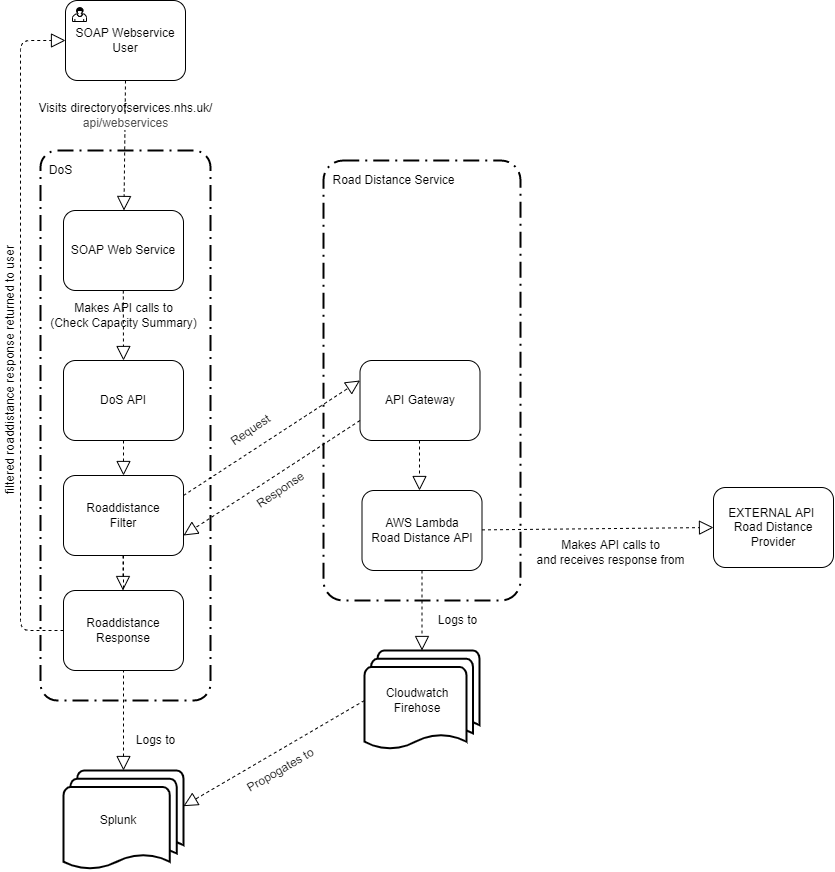
Before: documentation/diagrams/phase_1/Road Distance 2 Containers.drawio.png, a diagram exported from draw.io (nhsd-exeter/dos-road-distance). Source tidied: cells renumbered, new cells last; positions are measured from the earlier drawing's top-left corner, leaving out a move shared by most shapes. The source it was exported from:
```xml
<mxGraphModel>
  <root>
    <mxCell id="0" />
    <mxCell id="1" parent="0" />
    <mxCell id="2" style="rounded=1;arcSize=10;dashed=1;strokeColor=#000000;fillColor=none;gradientColor=none;dashPattern=8 3 1 3;strokeWidth=2;" parent="1" vertex="1">
      <mxGeometry x="160" y="150" width="170" height="550" as="geometry" />
    </mxCell>
    <mxCell id="3" style="rounded=1;arcSize=10;dashed=1;strokeColor=#000000;fillColor=none;gradientColor=none;dashPattern=8 3 1 3;strokeWidth=2;" parent="1" vertex="1">
      <mxGeometry x="443" y="160" width="197" height="440" as="geometry" />
    </mxCell>
    <mxCell id="4" value="SOAP Webservice User" style="html=1;whiteSpace=wrap;rounded=1;" parent="1" vertex="1">
      <mxGeometry x="185" width="120" height="80" as="geometry" />
    </mxCell>
    <mxCell id="5" style="html=1;shape=mxgraph.bpmn.user_task;" parent="4" vertex="1">
      <mxGeometry width="14" height="14" relative="1" as="geometry">
        <mxPoint x="7" y="7" as="offset" />
      </mxGeometry>
    </mxCell>
    <mxCell id="6" value="AWS Lambda&lt;br&gt;Road Distance API" style="html=1;whiteSpace=wrap;rounded=1;" parent="1" vertex="1">
      <mxGeometry x="481.5" y="490" width="120" height="80" as="geometry" />
    </mxCell>
    <mxCell id="7" value="DoS API" style="rounded=1;whiteSpace=wrap;html=1;" parent="1" vertex="1">
      <mxGeometry x="183" y="360" width="120" height="80" as="geometry" />
    </mxCell>
    <mxCell id="8" value="EXTERNAL API&amp;nbsp;&lt;br&gt;Road Distance Provider" style="rounded=1;whiteSpace=wrap;html=1;" parent="1" vertex="1">
      <mxGeometry x="833" y="487" width="120" height="80" as="geometry" />
    </mxCell>
    <mxCell id="9" value="DoS" style="text;html=1;align=center;verticalAlign=middle;" parent="1" vertex="1">
      <mxGeometry x="160" y="160" width="40" height="20" as="geometry" />
    </mxCell>
    <mxCell id="10" value="SOAP Web Service" style="rounded=1;whiteSpace=wrap;html=1;" parent="1" vertex="1">
      <mxGeometry x="183" y="210" width="120" height="80" as="geometry" />
    </mxCell>
    <mxCell id="11" style="endArrow=block;dashed=1;endFill=0;endSize=12;html=1;exitX=0.5;exitY=1;exitDx=0;exitDy=0;" parent="1" edge="1" target="10">
      <mxGeometry relative="1" as="geometry">
        <mxPoint x="245" y="80" as="sourcePoint" />
      </mxGeometry>
    </mxCell>
    <mxCell id="12" style="endArrow=block;dashed=1;endFill=0;endSize=12;html=1;entryX=0;entryY=0.5;entryDx=0;entryDy=0;" parent="1" edge="1" source="6" target="8">
      <mxGeometry relative="1" as="geometry" />
    </mxCell>
    <mxCell id="13" value="Visits directoryofservices.nhs.uk/&lt;br&gt;&lt;span style=&quot;color: rgb(80 , 80 , 80) ; font-family: &amp;#34;inter&amp;#34; , &amp;#34;opensans&amp;#34; , &amp;#34;helvetica&amp;#34; , &amp;#34;arial&amp;#34; , sans-serif ; text-align: left ; background-color: rgb(255 , 255 , 255)&quot;&gt;api/webservices&lt;/span&gt;" style="text;html=1;align=center;verticalAlign=middle;" parent="1" vertex="1">
      <mxGeometry x="150" y="100" width="190" height="30" as="geometry" />
    </mxCell>
    <mxCell id="14" value="Makes API calls to&lt;br&gt;(Check Capacity Summary)" style="text;html=1;align=center;verticalAlign=middle;" parent="1" vertex="1">
      <mxGeometry x="163" y="300" width="160" height="30" as="geometry" />
    </mxCell>
    <mxCell id="15" value="Makes API calls to&lt;br&gt;and receives response from" style="text;html=1;align=center;verticalAlign=middle;" parent="1" vertex="1">
      <mxGeometry x="650" y="537" width="160" height="30" as="geometry" />
    </mxCell>
    <mxCell id="16" style="endArrow=block;dashed=1;endFill=0;endSize=12;html=1;exitX=0.5;exitY=1;exitDx=0;exitDy=0;entryX=0.5;entryY=0;entryDx=0;entryDy=0;entryPerimeter=0;" parent="1" edge="1" source="6" target="21">
      <mxGeometry relative="1" as="geometry" />
    </mxCell>
    <mxCell id="17" value="Logs to" style="text;html=1;align=center;verticalAlign=middle;" parent="1" vertex="1">
      <mxGeometry x="547" y="610" width="60" height="20" as="geometry" />
    </mxCell>
    <mxCell id="18" value="Logs to" style="text;html=1;align=center;verticalAlign=middle;" parent="1" vertex="1">
      <mxGeometry x="245" y="730" width="60" height="20" as="geometry" />
    </mxCell>
    <mxCell id="19" style="strokeWidth=2;html=1;shape=mxgraph.flowchart.multi-document;whiteSpace=wrap;" parent="1" vertex="1">
      <mxGeometry x="183" y="770" width="120" height="100" as="geometry" />
    </mxCell>
    <mxCell id="20" style="group;" parent="1" vertex="1">
      <mxGeometry x="484" y="650" width="115" height="100" as="geometry" />
    </mxCell>
    <mxCell id="21" style="strokeWidth=2;html=1;shape=mxgraph.flowchart.multi-document;whiteSpace=wrap;" parent="20" vertex="1">
      <mxGeometry width="115" height="100" as="geometry" />
    </mxCell>
    <mxCell id="22" value="Cloudwatch&lt;br&gt;Firehose" style="text;html=1;strokeColor=none;fillColor=none;align=center;verticalAlign=middle;whiteSpace=wrap;rounded=0;" parent="20" vertex="1">
      <mxGeometry x="15" y="25" width="76" height="50" as="geometry" />
    </mxCell>
    <mxCell id="23" value="Road Distance Service" style="text;html=1;align=center;verticalAlign=middle;" parent="1" vertex="1">
      <mxGeometry x="443" y="170" width="140" height="20" as="geometry" />
    </mxCell>
    <mxCell id="24" value="API Gateway" style="html=1;whiteSpace=wrap;rounded=1;" parent="1" vertex="1">
      <mxGeometry x="479.5" y="360" width="120" height="80" as="geometry" />
    </mxCell>
    <mxCell id="25" value="Splunk" style="text;html=1;strokeColor=none;fillColor=none;align=center;verticalAlign=middle;whiteSpace=wrap;rounded=0;" parent="1" vertex="1">
      <mxGeometry x="200" y="795" width="76" height="50" as="geometry" />
    </mxCell>
    <mxCell id="26" style="endArrow=block;dashed=1;endFill=0;endSize=12;html=1;entryX=0.5;entryY=0;entryDx=0;entryDy=0;" parent="1" edge="1">
      <mxGeometry relative="1" as="geometry">
        <mxPoint x="539" y="440" as="sourcePoint" />
        <mxPoint x="539" y="490" as="targetPoint" />
      </mxGeometry>
    </mxCell>
    <mxCell id="27" value="Roaddistance&lt;br&gt;Filter" style="rounded=1;whiteSpace=wrap;html=1;" parent="1" vertex="1">
      <mxGeometry x="183" y="475" width="120" height="80" as="geometry" />
    </mxCell>
    <mxCell id="28" style="endArrow=block;dashed=1;endFill=0;endSize=12;html=1;exitX=0.5;exitY=1;exitDx=0;exitDy=0;entryX=0.5;entryY=0;entryDx=0;entryDy=0;" parent="1" edge="1" source="7" target="27">
      <mxGeometry relative="1" as="geometry" />
    </mxCell>
    <mxCell id="29" style="endArrow=block;dashed=1;endFill=0;endSize=12;html=1;exitX=0.5;exitY=1;exitDx=0;exitDy=0;entryX=0.5;entryY=0;entryDx=0;entryDy=0;entryPerimeter=0;" parent="1" edge="1" source="27" target="19">
      <mxGeometry relative="1" as="geometry" />
    </mxCell>
    <mxCell id="30" style="endArrow=block;dashed=1;endFill=0;endSize=12;html=1;&#10;startArrow=block;dashed=1;endFill=0;endSize=12;html=1;entryX=0;entryY=0.25;entryDx=0;entryDy=0;exitX=1;exitY=0.25;exitDx=0;exitDy=0;" parent="1" edge="1" source="27" target="24">
      <mxGeometry relative="1" as="geometry" />
    </mxCell>
    <mxCell id="31" value="Request" style="text;html=1;align=center;verticalAlign=middle;rotation=-34;" parent="1" vertex="1">
      <mxGeometry x="340" y="420" width="60" height="20" as="geometry" />
    </mxCell>
    <mxCell id="32" value="Roaddistance&lt;br&gt;Response" style="rounded=1;whiteSpace=wrap;html=1;" parent="1" vertex="1">
      <mxGeometry x="183" y="590" width="120" height="80" as="geometry" />
    </mxCell>
    <mxCell id="33" style="endArrow=block;dashed=1;endFill=0;endSize=12;html=1;exitX=0.5;exitY=1;exitDx=0;exitDy=0;entryX=0.5;entryY=0;entryDx=0;entryDy=0;" parent="1" edge="1">
      <mxGeometry relative="1" as="geometry">
        <mxPoint x="242.5" y="555" as="sourcePoint" />
        <mxPoint x="242.5" y="590" as="targetPoint" />
      </mxGeometry>
    </mxCell>
    <mxCell id="34" style="endArrow=block;dashed=1;endFill=0;endSize=12;html=1;&#10;startArrow=block;dashed=1;endFill=0;endSize=12;html=1;entryX=0;entryY=0.5;entryDx=0;entryDy=0;exitX=0;exitY=0.5;exitDx=0;exitDy=0;" parent="1" edge="1" source="32" target="4">
      <mxGeometry relative="1" as="geometry">
        <Array as="points">
          <mxPoint x="140" y="630" />
          <mxPoint x="140" y="330" />
          <mxPoint x="140" y="40" />
        </Array>
      </mxGeometry>
    </mxCell>
    <mxCell id="35" value="filtered roaddistance response returned to user" style="text;html=1;align=center;verticalAlign=middle;rotation=-90;" parent="1" vertex="1">
      <mxGeometry y="360" width="260" height="20" as="geometry" />
    </mxCell>
    <mxCell id="36" style="endArrow=block;dashed=1;endFill=0;endSize=12;html=1;exitX=0.5;exitY=1;exitDx=0;exitDy=0;entryX=0.5;entryY=0;entryDx=0;entryDy=0;" parent="1" edge="1" target="7">
      <mxGeometry relative="1" as="geometry">
        <mxPoint x="242.8" y="290" as="sourcePoint" />
      </mxGeometry>
    </mxCell>
    <mxCell id="37" style="endArrow=block;dashed=1;endFill=0;endSize=12;html=1;exitX=0;exitY=0.75;exitDx=0;exitDy=0;entryX=1;entryY=0.75;entryDx=0;entryDy=0;" parent="1" edge="1" source="24" target="27">
      <mxGeometry relative="1" as="geometry" />
    </mxCell>
    <mxCell id="38" value="Response" style="text;html=1;align=center;verticalAlign=middle;rotation=-34;" parent="1" vertex="1">
      <mxGeometry x="365" y="480" width="70" height="20" as="geometry" />
    </mxCell>
    <mxCell id="39" value="Propogates to" style="text;html=1;align=center;verticalAlign=middle;rotation=-30;" parent="1" vertex="1">
      <mxGeometry x="355" y="760" width="90" height="20" as="geometry" />
    </mxCell>
    <mxCell id="40" style="endArrow=block;dashed=1;endFill=0;endSize=12;html=1;exitX=0;exitY=0.5;exitDx=0;exitDy=0;entryX=0.999;entryY=0.357;entryDx=0;entryDy=0;exitPerimeter=0;entryPerimeter=0;" parent="1" edge="1" source="21" target="19">
      <mxGeometry relative="1" as="geometry" />
    </mxCell>
  </root>
</mxGraphModel>
```
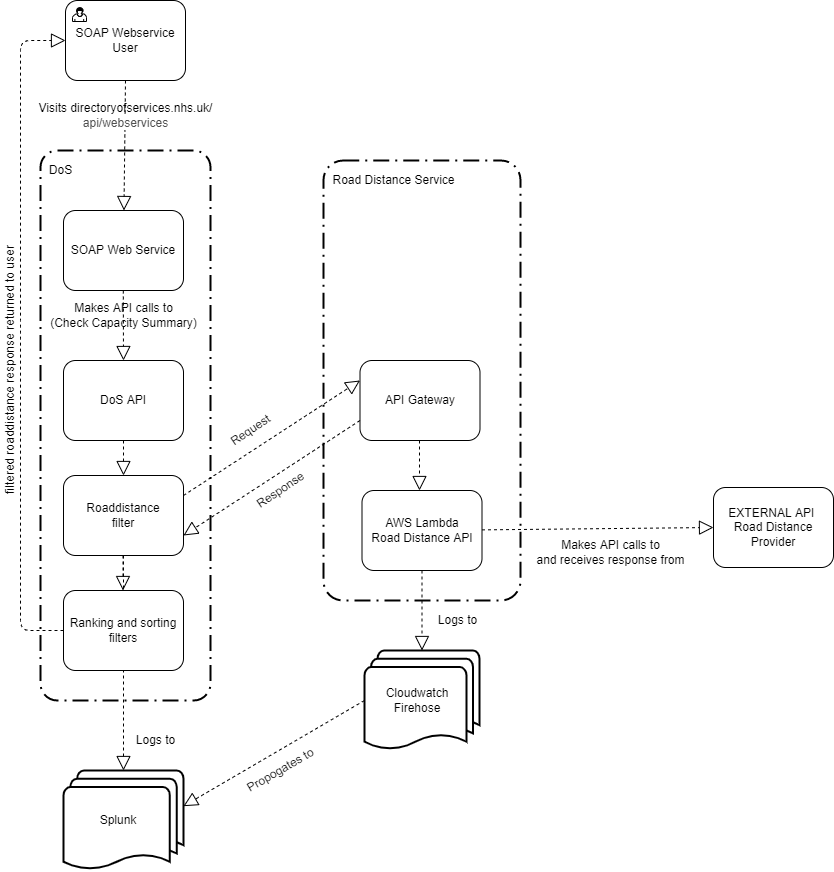
The same file after the commit.

Commit message:
DSF-76 Small changes to filter chain components

Change to the diagram source:
```diff
@@ -84,7 +84,7 @@
         <mxPoint x="539" y="490" as="targetPoint" />
       </mxGeometry>
     </mxCell>
-    <mxCell id="27" value="Roaddistance&lt;br&gt;Filter" style="rounded=1;whiteSpace=wrap;html=1;" parent="1" vertex="1">
+    <mxCell id="27" value="Roaddistance&lt;br&gt;filter" style="rounded=1;whiteSpace=wrap;html=1;" parent="1" vertex="1">
       <mxGeometry x="183" y="475" width="120" height="80" as="geometry" />
     </mxCell>
     <mxCell id="28" style="endArrow=block;dashed=1;endFill=0;endSize=12;html=1;exitX=0.5;exitY=1;exitDx=0;exitDy=0;entryX=0.5;entryY=0;entryDx=0;entryDy=0;" parent="1" edge="1" source="7" target="27">
@@ -99,7 +99,7 @@
     <mxCell id="31" value="Request" style="text;html=1;align=center;verticalAlign=middle;rotation=-34;" parent="1" vertex="1">
       <mxGeometry x="340" y="420" width="60" height="20" as="geometry" />
     </mxCell>
-    <mxCell id="32" value="Roaddistance&lt;br&gt;Response" style="rounded=1;whiteSpace=wrap;html=1;" parent="1" vertex="1">
+    <mxCell id="32" value="Ranking and sorting filters" style="rounded=1;whiteSpace=wrap;html=1;" parent="1" vertex="1">
       <mxGeometry x="183" y="590" width="120" height="80" as="geometry" />
     </mxCell>
     <mxCell id="33" style="endArrow=block;dashed=1;endFill=0;endSize=12;html=1;exitX=0.5;exitY=1;exitDx=0;exitDy=0;entryX=0.5;entryY=0;entryDx=0;entryDy=0;" parent="1" edge="1">
```
